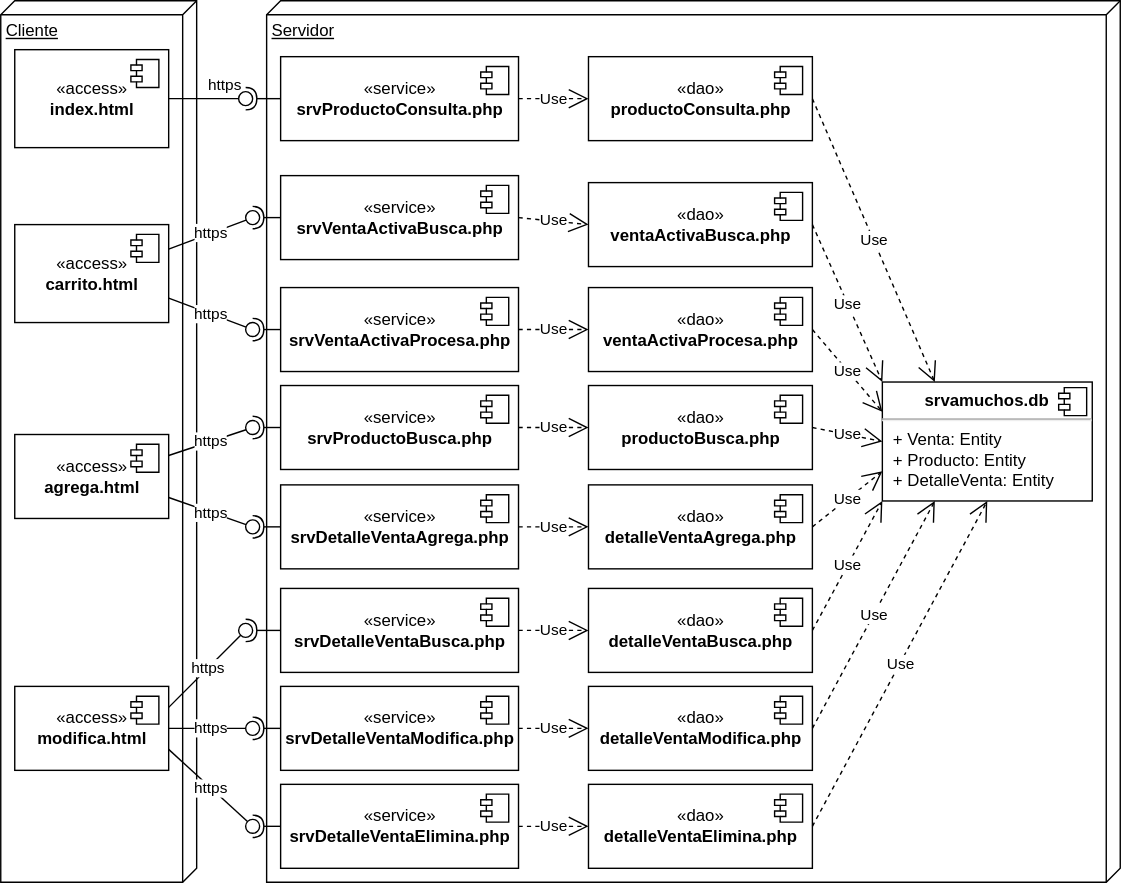
The draw.io diagram docs/img/m21compras/comprasdeploy.drawio.svg in gilpgawoas/gilpgawoas.github.io, before a commit. Source tidied: cells renumbered, new cells last; positions are measured from the earlier drawing's top-left corner, leaving out a move shared by most shapes.
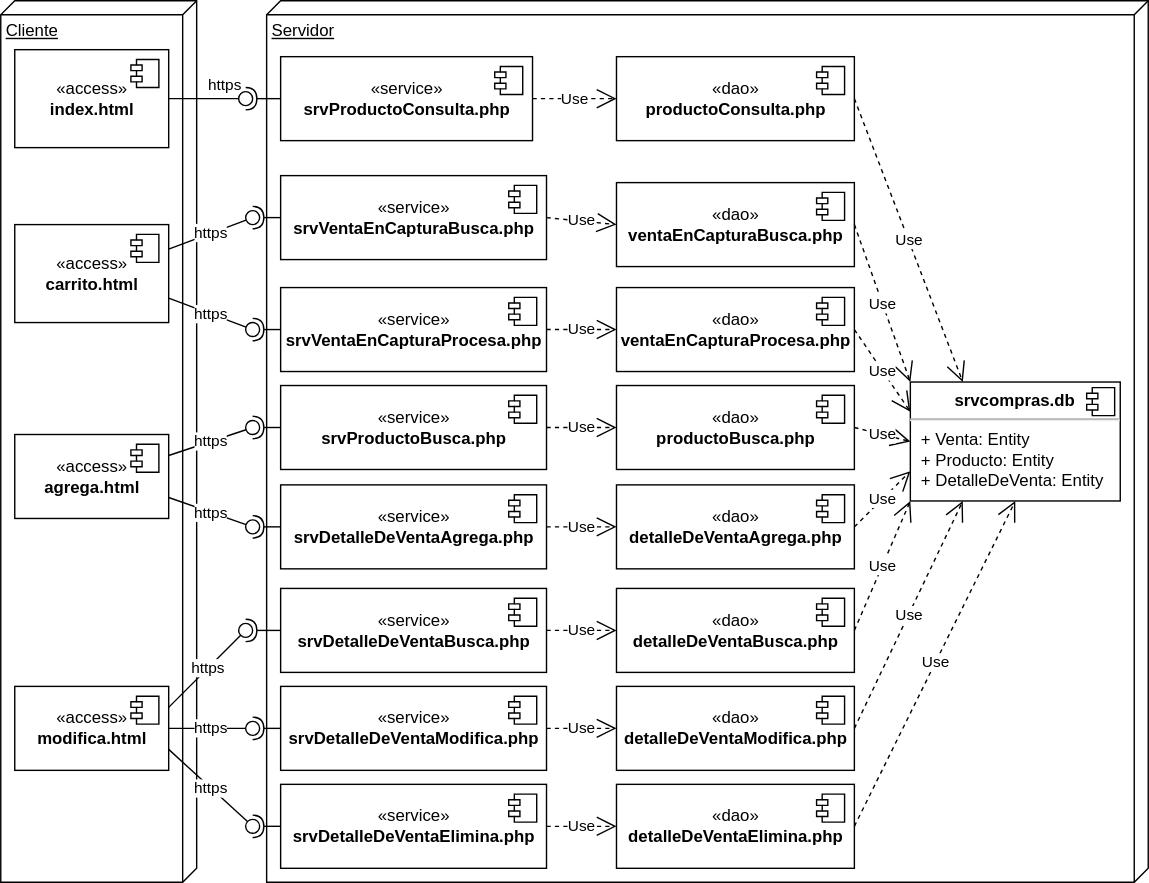
The same diagram one commit later.

The edit, as a diff of the source:
```diff
@@ -14,26 +14,26 @@
       </mxGeometry>
     </mxCell>
     <mxCell id="5" value="Servidor" style="verticalAlign=top;align=left;spacingTop=8;spacingLeft=2;spacingRight=12;shape=cube;size=10;direction=south;fontStyle=4;html=1;" parent="1" vertex="1">
-      <mxGeometry x="190" width="610" height="630" as="geometry" />
+      <mxGeometry x="190" width="630" height="630" as="geometry" />
     </mxCell>
     <mxCell id="6" value="«service»&lt;br&gt;&lt;b&gt;srvProductoConsulta.php&lt;/b&gt;" style="html=1;" parent="1" vertex="1">
-      <mxGeometry x="200" y="40" width="170" height="60" as="geometry" />
+      <mxGeometry x="200" y="40" width="180" height="60" as="geometry" />
     </mxCell>
     <mxCell id="7" style="shape=module;jettyWidth=8;jettyHeight=4;" parent="6" vertex="1">
       <mxGeometry x="1" width="20" height="20" relative="1" as="geometry">
         <mxPoint x="-27" y="7" as="offset" />
       </mxGeometry>
     </mxCell>
-    <mxCell id="8" value="«dao»&lt;br&gt;&lt;b&gt;detalleVentaAgrega.php&lt;/b&gt;" style="html=1;" parent="1" vertex="1">
-      <mxGeometry x="420" y="346" width="160" height="60" as="geometry" />
+    <mxCell id="8" value="«dao»&lt;br&gt;&lt;b&gt;detalleDeVentaAgrega.php&lt;/b&gt;" style="html=1;" parent="1" vertex="1">
+      <mxGeometry x="440" y="346" width="170" height="60" as="geometry" />
     </mxCell>
     <mxCell id="9" style="shape=module;jettyWidth=8;jettyHeight=4;" parent="8" vertex="1">
       <mxGeometry x="1" width="20" height="20" relative="1" as="geometry">
         <mxPoint x="-27" y="7" as="offset" />
       </mxGeometry>
     </mxCell>
-    <mxCell id="10" value="«dao»&lt;br&gt;&lt;b&gt;detalleVentaBusca.php&lt;/b&gt;" style="html=1;" parent="1" vertex="1">
-      <mxGeometry x="420" y="420" width="160" height="60" as="geometry" />
+    <mxCell id="10" value="«dao»&lt;br&gt;&lt;b&gt;detalle&lt;/b&gt;&lt;b&gt;De&lt;/b&gt;&lt;b&gt;VentaBusca.php&lt;/b&gt;" style="html=1;" parent="1" vertex="1">
+      <mxGeometry x="440" y="420" width="170" height="60" as="geometry" />
     </mxCell>
     <mxCell id="11" style="shape=module;jettyWidth=8;jettyHeight=4;" parent="10" vertex="1">
       <mxGeometry x="1" width="20" height="20" relative="1" as="geometry">
@@ -52,16 +52,16 @@
     <mxCell id="15" value="Use" style="endArrow=open;endSize=12;dashed=1;html=1;rounded=0;entryX=0;entryY=1;entryDx=0;entryDy=0;exitX=1;exitY=0.5;exitDx=0;exitDy=0;" parent="1" edge="1" source="10" target="16">
       <mxGeometry relative="1" as="geometry" />
     </mxCell>
-    <mxCell id="16" value="&lt;p style=&quot;margin:0px;margin-top:6px;text-align:center;&quot;&gt;&lt;b&gt;srvamuchos.db&lt;/b&gt;&lt;/p&gt;&lt;hr&gt;&lt;p style=&quot;margin:0px;margin-left:8px;&quot;&gt;+ Venta: Entity&lt;/p&gt;&lt;p style=&quot;margin:0px;margin-left:8px;&quot;&gt;+ Producto: Entity&lt;/p&gt;&lt;p style=&quot;margin:0px;margin-left:8px;&quot;&gt;+ DetalleVenta: Entity&lt;/p&gt;" style="align=left;overflow=fill;html=1;" parent="1" vertex="1">
-      <mxGeometry x="630" y="272.5" width="150" height="85" as="geometry" />
+    <mxCell id="16" value="&lt;p style=&quot;margin:0px;margin-top:6px;text-align:center;&quot;&gt;&lt;b&gt;srvcompras.db&lt;/b&gt;&lt;/p&gt;&lt;hr&gt;&lt;p style=&quot;margin:0px;margin-left:8px;&quot;&gt;+ Venta: Entity&lt;/p&gt;&lt;p style=&quot;margin:0px;margin-left:8px;&quot;&gt;+ Producto: Entity&lt;/p&gt;&lt;p style=&quot;margin:0px;margin-left:8px;&quot;&gt;+ DetalleDeVenta: Entity&lt;/p&gt;" style="align=left;overflow=fill;html=1;" parent="1" vertex="1">
+      <mxGeometry x="650" y="272.5" width="150" height="85" as="geometry" />
     </mxCell>
     <mxCell id="17" style="shape=component;jettyWidth=8;jettyHeight=4;" parent="16" vertex="1">
       <mxGeometry x="1" width="20" height="20" relative="1" as="geometry">
         <mxPoint x="-24" y="4" as="offset" />
       </mxGeometry>
     </mxCell>
-    <mxCell id="18" value="«dao»&lt;br&gt;&lt;b&gt;ventaActivaBusca.php&lt;/b&gt;" style="html=1;" parent="1" vertex="1">
-      <mxGeometry x="420" y="130" width="160" height="60" as="geometry" />
+    <mxCell id="18" value="«dao»&lt;br&gt;&lt;b&gt;venta&lt;/b&gt;&lt;b&gt;EnCaptura&lt;/b&gt;&lt;b&gt;Busca.php&lt;/b&gt;" style="html=1;" parent="1" vertex="1">
+      <mxGeometry x="440" y="130" width="170" height="60" as="geometry" />
     </mxCell>
     <mxCell id="19" style="shape=module;jettyWidth=8;jettyHeight=4;" parent="18" vertex="1">
       <mxGeometry x="1" width="20" height="20" relative="1" as="geometry">
@@ -69,7 +69,7 @@
       </mxGeometry>
     </mxCell>
     <mxCell id="20" value="«dao»&lt;br&gt;&lt;b&gt;productoBusca.php&lt;/b&gt;" style="html=1;" parent="1" vertex="1">
-      <mxGeometry x="420" y="275" width="160" height="60" as="geometry" />
+      <mxGeometry x="440" y="275" width="170" height="60" as="geometry" />
     </mxCell>
     <mxCell id="21" style="shape=module;jettyWidth=8;jettyHeight=4;" parent="20" vertex="1">
       <mxGeometry x="1" width="20" height="20" relative="1" as="geometry">
@@ -105,15 +105,15 @@
       </mxGeometry>
     </mxCell>
     <mxCell id="30" value="«dao»&lt;br&gt;&lt;b&gt;productoConsulta.php&lt;/b&gt;" style="html=1;" parent="1" vertex="1">
-      <mxGeometry x="420" y="40" width="160" height="60" as="geometry" />
+      <mxGeometry x="440" y="40" width="170" height="60" as="geometry" />
     </mxCell>
     <mxCell id="31" style="shape=module;jettyWidth=8;jettyHeight=4;" parent="30" vertex="1">
       <mxGeometry x="1" width="20" height="20" relative="1" as="geometry">
         <mxPoint x="-27" y="7" as="offset" />
       </mxGeometry>
     </mxCell>
-    <mxCell id="32" value="«service»&lt;br&gt;&lt;b&gt;srvVentaActivaBusca.php&lt;/b&gt;" style="html=1;" parent="1" vertex="1">
-      <mxGeometry x="200" y="125" width="170" height="60" as="geometry" />
+    <mxCell id="32" value="«service»&lt;br&gt;&lt;b&gt;srvVentaEnCapturaBusca.php&lt;/b&gt;" style="html=1;" parent="1" vertex="1">
+      <mxGeometry x="200" y="125" width="190" height="60" as="geometry" />
     </mxCell>
     <mxCell id="33" style="shape=module;jettyWidth=8;jettyHeight=4;" parent="32" vertex="1">
       <mxGeometry x="1" width="20" height="20" relative="1" as="geometry">
@@ -121,23 +121,23 @@
       </mxGeometry>
     </mxCell>
     <mxCell id="34" value="«service»&lt;br&gt;&lt;b&gt;srvProductoBusca.php&lt;/b&gt;" style="html=1;" parent="1" vertex="1">
-      <mxGeometry x="200" y="275" width="170" height="60" as="geometry" />
+      <mxGeometry x="200" y="275" width="190" height="60" as="geometry" />
     </mxCell>
     <mxCell id="35" style="shape=module;jettyWidth=8;jettyHeight=4;" parent="34" vertex="1">
       <mxGeometry x="1" width="20" height="20" relative="1" as="geometry">
         <mxPoint x="-27" y="7" as="offset" />
       </mxGeometry>
     </mxCell>
-    <mxCell id="36" value="«service»&lt;br&gt;&lt;b&gt;srvDetalleVentaAgrega.php&lt;/b&gt;" style="html=1;" parent="1" vertex="1">
-      <mxGeometry x="200" y="346" width="170" height="60" as="geometry" />
+    <mxCell id="36" value="«service»&lt;br&gt;&lt;b&gt;srvDetalleDeVentaAgrega.php&lt;/b&gt;" style="html=1;" parent="1" vertex="1">
+      <mxGeometry x="200" y="346" width="190" height="60" as="geometry" />
     </mxCell>
     <mxCell id="37" style="shape=module;jettyWidth=8;jettyHeight=4;" parent="36" vertex="1">
       <mxGeometry x="1" width="20" height="20" relative="1" as="geometry">
         <mxPoint x="-27" y="7" as="offset" />
       </mxGeometry>
     </mxCell>
-    <mxCell id="38" value="«service»&lt;br&gt;&lt;b&gt;srvDetalleVentaBusca.php&lt;/b&gt;" style="html=1;" parent="1" vertex="1">
-      <mxGeometry x="200" y="420" width="170" height="60" as="geometry" />
+    <mxCell id="38" value="«service»&lt;br&gt;&lt;b&gt;srvDetalleDeVentaBusca.php&lt;/b&gt;" style="html=1;" parent="1" vertex="1">
+      <mxGeometry x="200" y="420" width="190" height="60" as="geometry" />
     </mxCell>
     <mxCell id="39" style="shape=module;jettyWidth=8;jettyHeight=4;" parent="38" vertex="1">
       <mxGeometry x="1" width="20" height="20" relative="1" as="geometry">
@@ -165,8 +165,8 @@
     <mxCell id="45" style="ellipse;whiteSpace=wrap;html=1;align=center;points=[];outlineConnect=0;sketch=0;" parent="1" vertex="1">
       <mxGeometry x="170" y="65" width="10" height="10" as="geometry" />
     </mxCell>
-    <mxCell id="46" value="«service»&lt;br&gt;&lt;b&gt;srvVentaActivaProcesa.php&lt;/b&gt;" style="html=1;" parent="1" vertex="1">
-      <mxGeometry x="200" y="205" width="170" height="60" as="geometry" />
+    <mxCell id="46" value="«service»&lt;br&gt;&lt;b&gt;srvVentaEnCapturaProcesa.php&lt;/b&gt;" style="html=1;" parent="1" vertex="1">
+      <mxGeometry x="200" y="205" width="190" height="60" as="geometry" />
     </mxCell>
     <mxCell id="47" style="shape=module;jettyWidth=8;jettyHeight=4;" parent="46" vertex="1">
       <mxGeometry x="1" width="20" height="20" relative="1" as="geometry">
@@ -224,8 +224,8 @@
     <mxCell id="62" style="ellipse;whiteSpace=wrap;html=1;align=center;fillColor=none;strokeColor=none;perimeter=centerPerimeter;points=[];outlineConnect=1;" parent="1" vertex="1">
       <mxGeometry x="175" y="230" width="10" height="10" as="geometry" />
     </mxCell>
-    <mxCell id="63" value="«dao»&lt;br&gt;&lt;b&gt;ventaActivaProcesa.php&lt;/b&gt;" style="html=1;" parent="1" vertex="1">
-      <mxGeometry x="420" y="205" width="160" height="60" as="geometry" />
+    <mxCell id="63" value="«dao»&lt;br&gt;&lt;b&gt;venta&lt;/b&gt;&lt;b&gt;EnCaptura&lt;/b&gt;&lt;b&gt;Procesa.php&lt;/b&gt;" style="html=1;" parent="1" vertex="1">
+      <mxGeometry x="440" y="205" width="170" height="60" as="geometry" />
     </mxCell>
     <mxCell id="64" style="shape=module;jettyWidth=8;jettyHeight=4;" parent="63" vertex="1">
       <mxGeometry x="1" width="20" height="20" relative="1" as="geometry">
@@ -254,32 +254,32 @@
     <mxCell id="70" style="ellipse;whiteSpace=wrap;html=1;align=center;fillColor=none;strokeColor=none;perimeter=centerPerimeter;points=[];outlineConnect=1;" parent="1" vertex="1">
       <mxGeometry x="175" y="371" width="10" height="10" as="geometry" />
     </mxCell>
-    <mxCell id="71" value="«service»&lt;br&gt;&lt;b&gt;srvDetalleVentaModifica.php&lt;/b&gt;" style="html=1;" parent="1" vertex="1">
-      <mxGeometry x="200" y="490" width="170" height="60" as="geometry" />
+    <mxCell id="71" value="«service»&lt;br&gt;&lt;b&gt;srvDetalleDeVentaModifica.php&lt;/b&gt;" style="html=1;" parent="1" vertex="1">
+      <mxGeometry x="200" y="490" width="190" height="60" as="geometry" />
     </mxCell>
     <mxCell id="72" style="shape=module;jettyWidth=8;jettyHeight=4;" parent="71" vertex="1">
       <mxGeometry x="1" width="20" height="20" relative="1" as="geometry">
         <mxPoint x="-27" y="7" as="offset" />
       </mxGeometry>
     </mxCell>
-    <mxCell id="73" value="«service»&lt;br&gt;&lt;b&gt;srvDetalleVentaElimina.php&lt;/b&gt;" style="html=1;" parent="1" vertex="1">
-      <mxGeometry x="200" y="560" width="170" height="60" as="geometry" />
+    <mxCell id="73" value="«service»&lt;br&gt;&lt;b&gt;srvDetalleDeVentaElimina.php&lt;/b&gt;" style="html=1;" parent="1" vertex="1">
+      <mxGeometry x="200" y="560" width="190" height="60" as="geometry" />
     </mxCell>
     <mxCell id="74" style="shape=module;jettyWidth=8;jettyHeight=4;" parent="73" vertex="1">
       <mxGeometry x="1" width="20" height="20" relative="1" as="geometry">
         <mxPoint x="-27" y="7" as="offset" />
       </mxGeometry>
     </mxCell>
-    <mxCell id="75" value="«dao»&lt;br&gt;&lt;b&gt;detalleVentaModifica.php&lt;/b&gt;" style="html=1;" parent="1" vertex="1">
-      <mxGeometry x="420" y="490" width="160" height="60" as="geometry" />
+    <mxCell id="75" value="«dao»&lt;br&gt;&lt;b&gt;detalle&lt;/b&gt;&lt;b&gt;De&lt;/b&gt;&lt;b&gt;VentaModifica.php&lt;/b&gt;" style="html=1;" parent="1" vertex="1">
+      <mxGeometry x="440" y="490" width="170" height="60" as="geometry" />
     </mxCell>
     <mxCell id="76" style="shape=module;jettyWidth=8;jettyHeight=4;" parent="75" vertex="1">
       <mxGeometry x="1" width="20" height="20" relative="1" as="geometry">
         <mxPoint x="-27" y="7" as="offset" />
       </mxGeometry>
     </mxCell>
-    <mxCell id="77" value="«dao»&lt;br&gt;&lt;b&gt;detalleVentaElimina.php&lt;/b&gt;" style="html=1;" parent="1" vertex="1">
-      <mxGeometry x="420" y="560" width="160" height="60" as="geometry" />
+    <mxCell id="77" value="«dao»&lt;br&gt;&lt;b&gt;detalle&lt;/b&gt;&lt;b&gt;De&lt;/b&gt;&lt;b&gt;VentaElimina.php&lt;/b&gt;" style="html=1;" parent="1" vertex="1">
+      <mxGeometry x="440" y="560" width="170" height="60" as="geometry" />
     </mxCell>
     <mxCell id="78" style="shape=module;jettyWidth=8;jettyHeight=4;" parent="77" vertex="1">
       <mxGeometry x="1" width="20" height="20" relative="1" as="geometry">
```
